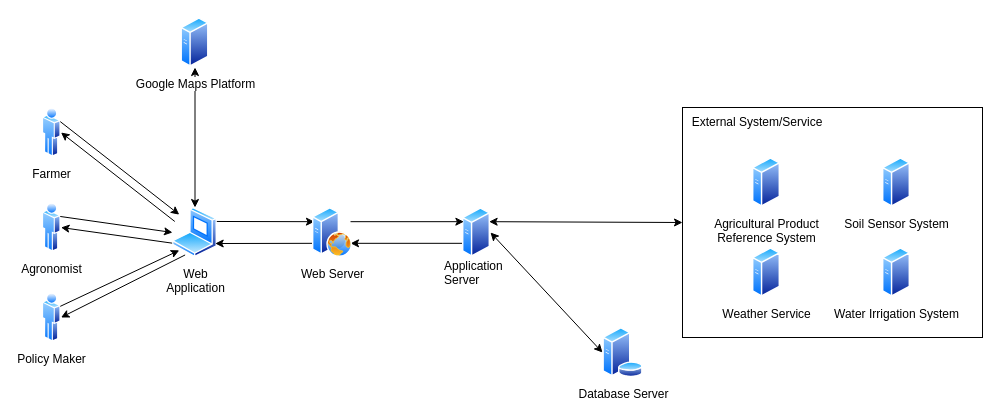
ictar/DREAM-SE2-Project-2022 keeps this draw.io diagram as page "4-tier" (1 of 3) of DD/diagrams/architecture.drawio. Above is the earlier version. Source tidied: cells renumbered, new cells numbered last; positions are measured from the earlier drawing's top-left corner, leaving out a move shared by most shapes. Both pictures are drawn from the tidied source at 100%, with x=0, y=0 at pixel (42, 17).
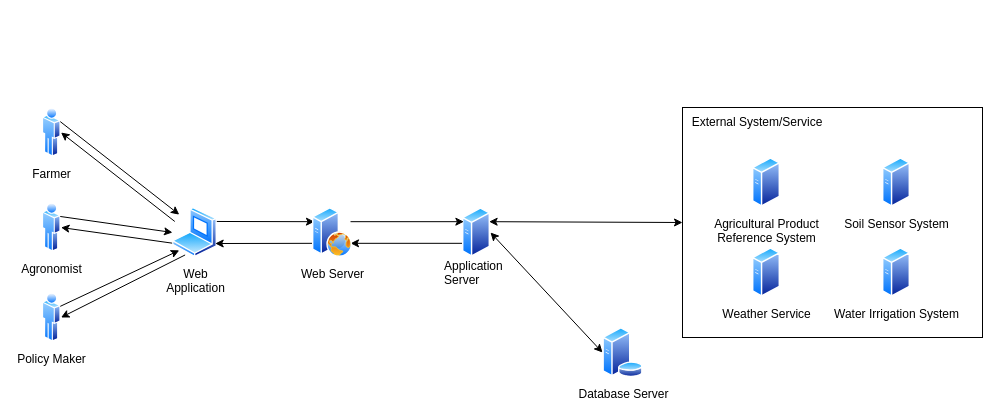
The same page after the edit.

Unchanged cells that the change refers to:
```xml
<mxCell id="8" value="Web&lt;br&gt;Application" style="perimeter=ellipsePerimeter;html=1;align=center;shadow=0;dashed=0;spacingTop=3;image;image=img/lib/active_directory/laptop_client.svg;" parent="1" vertex="1">
  <mxGeometry x="130" y="190" width="45" height="50" as="geometry" />
</mxCell>
```

Change to the diagram source:
```diff
@@
-    <mxCell id="7" style="edgeStyle=none;rounded=0;jettySize=auto;html=1;exitX=0.5;exitY=0;exitDx=0;exitDy=0;fontSize=12;startArrow=classic;startFill=1;endArrow=classic;endFill=1;" parent="1" edge="1" source="8" target="16">
-      <mxGeometry relative="1" as="geometry" />
-    </mxCell>
@@
-    <mxCell id="16" value="Google Maps Platform" style="perimeter=ellipsePerimeter;html=1;align=center;shadow=0;dashed=0;spacingTop=3;image;image=img/lib/active_directory/generic_server.svg;" parent="1" vertex="1">
-      <mxGeometry x="138.5" width="28" height="50" as="geometry" />
-    </mxCell>
```
